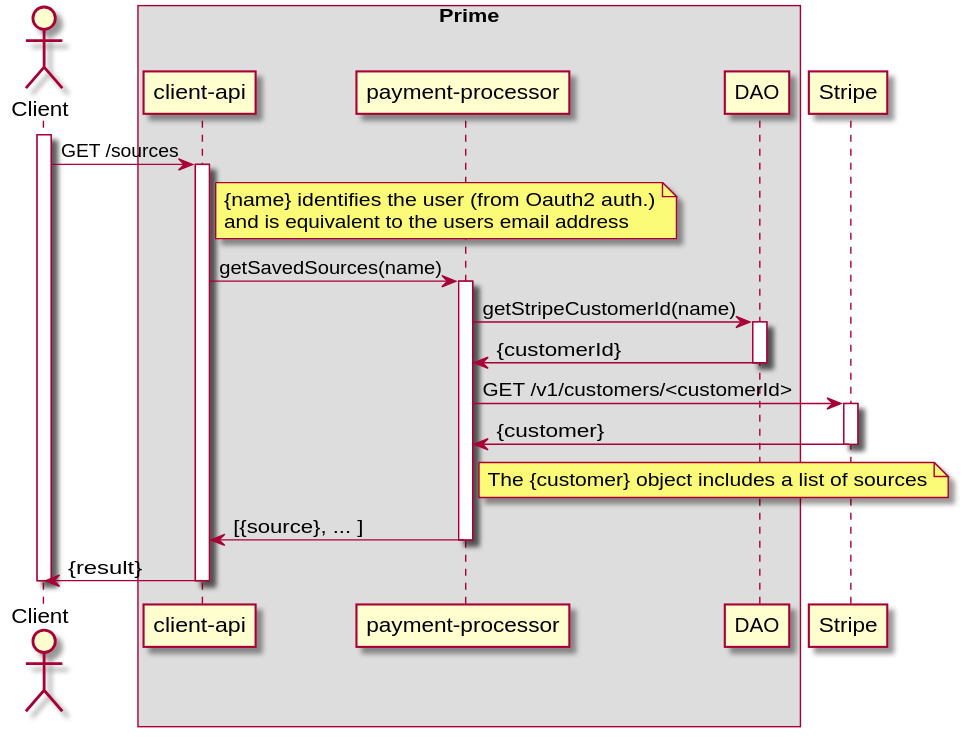
Above: payment-processor/doc/diagrams/list-sources.svg in ostelco/ostelco-core (PlantUML), before the change. Its diagram source:
```plantuml
@startuml

actor Client
participant Client

box "Prime"
    participant "client-api"
    participant "payment-processor"
    participant "DAO"
end box
participant Stripe

activate Client
    Client -> "client-api": GET /sources
    activate "client-api"
    note right of "client-api"
       {name} identifies the user (from Oauth2 auth.)
       and is equivalent to the users email address
    end note

    "client-api" -> "payment-processor" : getSavedSources(name)
    activate "payment-processor"

    "payment-processor" -> DAO : getStripeCustomerId(name)
    activate DAO
    DAO -> "payment-processor" : {customerId}
    deactivate DAO

    "payment-processor" -> Stripe : GET /v1/customers/<customerId>
    activate Stripe
    Stripe -> "payment-processor" : {customer}
    deactivate Stripe
    note right of "payment-processor" : The {customer} object includes a list of sources

    "payment-processor" -> "client-api" :  [{source}, ... ]
    deactivate "payment-processor"

    "client-api" -> Client : {result}
    deactivate "client-api"

deactivate Client

@enduml
```
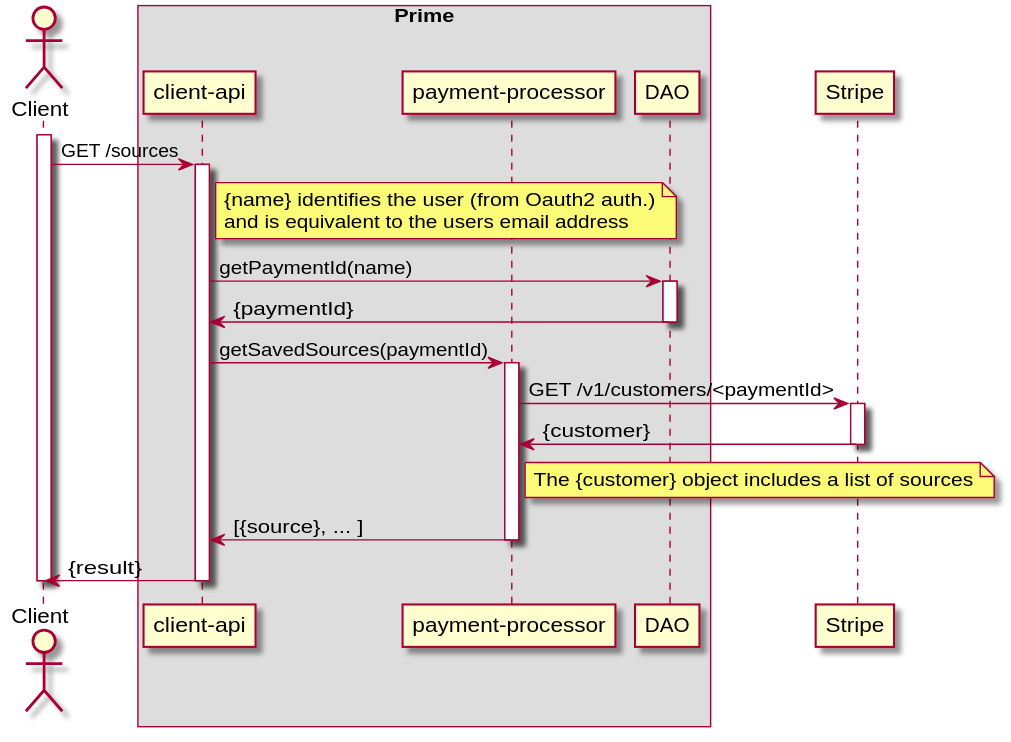
After the commit.

The edit, as a diff of the source:
```diff
@@ -18,15 +18,15 @@
        and is equivalent to the users email address
     end note
 
-    "client-api" -> "payment-processor" : getSavedSources(name)
+    "client-api" -> DAO : getPaymentId(name)
+    activate DAO
+    DAO -> "client-api" : {paymentId}
+    deactivate DAO
+
+    "client-api" -> "payment-processor" : getSavedSources(paymentId)
     activate "payment-processor"
 
-    "payment-processor" -> DAO : getStripeCustomerId(name)
-    activate DAO
-    DAO -> "payment-processor" : {customerId}
-    deactivate DAO
-
-    "payment-processor" -> Stripe : GET /v1/customers/<customerId>
+    "payment-processor" -> Stripe : GET /v1/customers/<paymentId>
     activate Stripe
     Stripe -> "payment-processor" : {customer}
     deactivate Stripe
```
